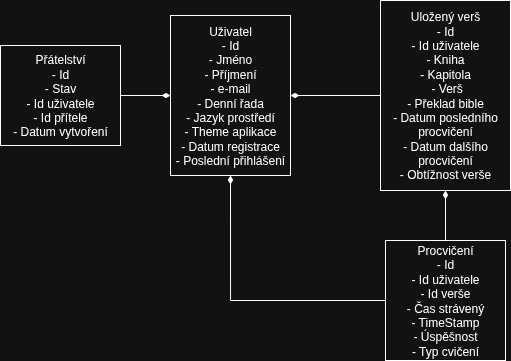
The draw.io diagram docs/diagram/class_diagram.png in matakom/bible-memorization, before a commit. Source tidied: cells renumbered, new cells last; positions are measured from the earlier drawing's top-left corner, leaving out a move shared by most shapes. The source it was exported from:
```xml
<mxGraphModel>
  <root>
    <mxCell id="0" />
    <mxCell id="1" parent="0" />
    <mxCell id="2" value="Uživatel&lt;div&gt;- Id&lt;/div&gt;&lt;div&gt;- Jméno&lt;/div&gt;&lt;div&gt;- Příjmení&lt;/div&gt;&lt;div&gt;- e-mail&lt;/div&gt;&lt;div&gt;- Denní řada&lt;/div&gt;&lt;div&gt;- Jazyk prostředí&lt;/div&gt;&lt;div&gt;- Theme aplikace&lt;/div&gt;&lt;div&gt;- Datum registrace&lt;/div&gt;&lt;div&gt;- Poslední přihlášení&lt;/div&gt;" style="rounded=0;whiteSpace=wrap;html=1;" parent="1" vertex="1">
      <mxGeometry x="170" y="15" width="120" height="160" as="geometry" />
    </mxCell>
    <mxCell id="3" style="edgeStyle=orthogonalEdgeStyle;rounded=0;jettySize=auto;html=1;endArrow=diamondThin;endFill=1;" parent="1" edge="1" source="4" target="2">
      <mxGeometry relative="1" as="geometry" />
    </mxCell>
    <mxCell id="4" value="Uložený verš&lt;div&gt;- Id&lt;/div&gt;&lt;div&gt;- Id uživatele&lt;/div&gt;&lt;div&gt;- Kniha&lt;/div&gt;&lt;div&gt;- Kapitola&lt;/div&gt;&lt;div&gt;&amp;nbsp;- Verš&lt;/div&gt;&lt;div&gt;- Překlad bible&lt;/div&gt;&lt;div&gt;- Datum posledního procvičení&lt;/div&gt;&lt;div&gt;- Datum dalšího procvičení&lt;/div&gt;&lt;div&gt;- Obtížnost verše&lt;/div&gt;" style="rounded=0;whiteSpace=wrap;html=1;" parent="1" vertex="1">
      <mxGeometry x="380" width="130" height="190" as="geometry" />
    </mxCell>
    <mxCell id="5" style="edgeStyle=orthogonalEdgeStyle;rounded=0;jettySize=auto;html=1;endArrow=diamondThin;endFill=1;" parent="1" edge="1" source="7" target="4">
      <mxGeometry relative="1" as="geometry" />
    </mxCell>
    <mxCell id="6" style="edgeStyle=orthogonalEdgeStyle;rounded=0;jettySize=auto;html=1;entryX=0.5;entryY=1;entryDx=0;entryDy=0;endArrow=diamondThin;endFill=1;" parent="1" edge="1" source="7" target="2">
      <mxGeometry relative="1" as="geometry" />
    </mxCell>
    <mxCell id="7" value="Procvičení&lt;div&gt;- Id&lt;/div&gt;&lt;div&gt;- Id uživatele&lt;/div&gt;&lt;div&gt;- Id verše&lt;/div&gt;&lt;div&gt;- Čas strávený&lt;/div&gt;&lt;div&gt;- TimeStamp&lt;/div&gt;&lt;div&gt;- Úspěšnost&lt;/div&gt;&lt;div&gt;- Typ cvičení&lt;/div&gt;" style="rounded=0;whiteSpace=wrap;html=1;" parent="1" vertex="1">
      <mxGeometry x="385" y="240" width="120" height="120" as="geometry" />
    </mxCell>
    <mxCell id="8" style="edgeStyle=orthogonalEdgeStyle;rounded=0;jettySize=auto;html=1;entryX=0;entryY=0.5;entryDx=0;entryDy=0;endArrow=diamondThin;endFill=1;" parent="1" edge="1" source="9" target="2">
      <mxGeometry relative="1" as="geometry" />
    </mxCell>
    <mxCell id="9" value="Přátelství&lt;div&gt;- Id&lt;/div&gt;&lt;div&gt;- Stav&lt;/div&gt;&lt;div&gt;- Id uživatele&lt;/div&gt;&lt;div&gt;- Id přítele&lt;/div&gt;&lt;div&gt;- Datum vytvoření&lt;/div&gt;" style="rounded=0;whiteSpace=wrap;html=1;" parent="1" vertex="1">
      <mxGeometry y="45" width="120" height="100" as="geometry" />
    </mxCell>
  </root>
</mxGraphModel>
```
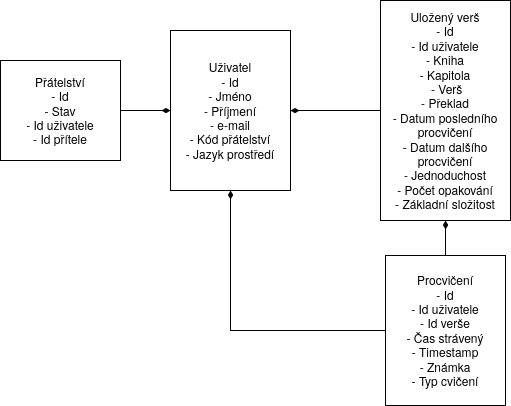
The same file after the commit.

What changed in the source:
```diff
@@ -2,14 +2,14 @@
   <root>
     <mxCell id="0" />
     <mxCell id="1" parent="0" />
-    <mxCell id="2" value="Uživatel&lt;div&gt;- Id&lt;/div&gt;&lt;div&gt;- Jméno&lt;/div&gt;&lt;div&gt;- Příjmení&lt;/div&gt;&lt;div&gt;- e-mail&lt;/div&gt;&lt;div&gt;- Denní řada&lt;/div&gt;&lt;div&gt;- Jazyk prostředí&lt;/div&gt;&lt;div&gt;- Theme aplikace&lt;/div&gt;&lt;div&gt;- Datum registrace&lt;/div&gt;&lt;div&gt;- Poslední přihlášení&lt;/div&gt;" style="rounded=0;whiteSpace=wrap;html=1;" parent="1" vertex="1">
+    <mxCell id="2" value="Uživatel&lt;div&gt;- Id&lt;/div&gt;&lt;div&gt;- Jméno&lt;/div&gt;&lt;div&gt;- Příjmení&lt;/div&gt;&lt;div&gt;- e-mail&lt;/div&gt;&lt;div&gt;- Kód přátelství&lt;/div&gt;&lt;div&gt;- Jazyk prostředí&lt;/div&gt;" style="rounded=0;whiteSpace=wrap;html=1;" parent="1" vertex="1">
       <mxGeometry x="170" y="15" width="120" height="160" as="geometry" />
     </mxCell>
     <mxCell id="3" style="edgeStyle=orthogonalEdgeStyle;rounded=0;jettySize=auto;html=1;endArrow=diamondThin;endFill=1;" parent="1" edge="1" source="4" target="2">
       <mxGeometry relative="1" as="geometry" />
     </mxCell>
-    <mxCell id="4" value="Uložený verš&lt;div&gt;- Id&lt;/div&gt;&lt;div&gt;- Id uživatele&lt;/div&gt;&lt;div&gt;- Kniha&lt;/div&gt;&lt;div&gt;- Kapitola&lt;/div&gt;&lt;div&gt;&amp;nbsp;- Verš&lt;/div&gt;&lt;div&gt;- Překlad bible&lt;/div&gt;&lt;div&gt;- Datum posledního procvičení&lt;/div&gt;&lt;div&gt;- Datum dalšího procvičení&lt;/div&gt;&lt;div&gt;- Obtížnost verše&lt;/div&gt;" style="rounded=0;whiteSpace=wrap;html=1;" parent="1" vertex="1">
-      <mxGeometry x="380" width="130" height="190" as="geometry" />
+    <mxCell id="4" value="Uložený verš&lt;div&gt;- Id&lt;/div&gt;&lt;div&gt;- Id uživatele&lt;/div&gt;&lt;div&gt;- Kniha&lt;/div&gt;&lt;div&gt;- Kapitola&lt;/div&gt;&lt;div&gt;&amp;nbsp;- Verš&lt;/div&gt;&lt;div&gt;- Překlad&lt;/div&gt;&lt;div&gt;- Datum posledního procvičení&lt;/div&gt;&lt;div&gt;- Datum dalšího procvičení&lt;/div&gt;&lt;div&gt;- Jednoduchost&lt;/div&gt;&lt;div&gt;- Počet opakování&lt;/div&gt;&lt;div&gt;- Základní složitost&lt;/div&gt;" style="rounded=0;whiteSpace=wrap;html=1;" parent="1" vertex="1">
+      <mxGeometry x="380" y="-15" width="130" height="220" as="geometry" />
     </mxCell>
     <mxCell id="5" style="edgeStyle=orthogonalEdgeStyle;rounded=0;jettySize=auto;html=1;endArrow=diamondThin;endFill=1;" parent="1" edge="1" source="7" target="4">
       <mxGeometry relative="1" as="geometry" />
@@ -17,13 +17,13 @@
     <mxCell id="6" style="edgeStyle=orthogonalEdgeStyle;rounded=0;jettySize=auto;html=1;entryX=0.5;entryY=1;entryDx=0;entryDy=0;endArrow=diamondThin;endFill=1;" parent="1" edge="1" source="7" target="2">
       <mxGeometry relative="1" as="geometry" />
     </mxCell>
-    <mxCell id="7" value="Procvičení&lt;div&gt;- Id&lt;/div&gt;&lt;div&gt;- Id uživatele&lt;/div&gt;&lt;div&gt;- Id verše&lt;/div&gt;&lt;div&gt;- Čas strávený&lt;/div&gt;&lt;div&gt;- TimeStamp&lt;/div&gt;&lt;div&gt;- Úspěšnost&lt;/div&gt;&lt;div&gt;- Typ cvičení&lt;/div&gt;" style="rounded=0;whiteSpace=wrap;html=1;" parent="1" vertex="1">
-      <mxGeometry x="385" y="240" width="120" height="120" as="geometry" />
+    <mxCell id="7" value="Procvičení&lt;div&gt;- Id&lt;/div&gt;&lt;div&gt;- Id uživatele&lt;/div&gt;&lt;div&gt;- Id verše&lt;/div&gt;&lt;div&gt;- Čas strávený&lt;/div&gt;&lt;div&gt;- Timestamp&lt;/div&gt;&lt;div&gt;- Známka&lt;/div&gt;&lt;div&gt;- Typ cvičení&lt;/div&gt;" style="rounded=0;whiteSpace=wrap;html=1;" parent="1" vertex="1">
+      <mxGeometry x="385" y="240" width="120" height="150" as="geometry" />
     </mxCell>
     <mxCell id="8" style="edgeStyle=orthogonalEdgeStyle;rounded=0;jettySize=auto;html=1;entryX=0;entryY=0.5;entryDx=0;entryDy=0;endArrow=diamondThin;endFill=1;" parent="1" edge="1" source="9" target="2">
       <mxGeometry relative="1" as="geometry" />
     </mxCell>
-    <mxCell id="9" value="Přátelství&lt;div&gt;- Id&lt;/div&gt;&lt;div&gt;- Stav&lt;/div&gt;&lt;div&gt;- Id uživatele&lt;/div&gt;&lt;div&gt;- Id přítele&lt;/div&gt;&lt;div&gt;- Datum vytvoření&lt;/div&gt;" style="rounded=0;whiteSpace=wrap;html=1;" parent="1" vertex="1">
+    <mxCell id="9" value="Přátelství&lt;div&gt;- Id&lt;/div&gt;&lt;div&gt;- Stav&lt;/div&gt;&lt;div&gt;- Id uživatele&lt;/div&gt;&lt;div&gt;- Id přítele&lt;/div&gt;" style="rounded=0;whiteSpace=wrap;html=1;" parent="1" vertex="1">
       <mxGeometry y="45" width="120" height="100" as="geometry" />
     </mxCell>
   </root>
```
